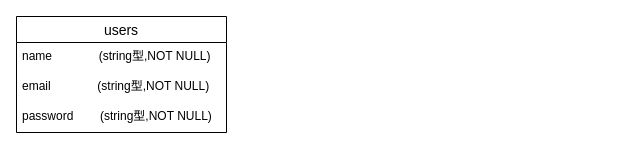
Earlier version of the draw.io diagram kintaikun.dio (hara-yuto/kintaikun). Source tidied: cells renumbered, new cells numbered last; positions are measured from the earlier drawing's top-left corner, leaving out a move shared by most shapes. Both pictures are drawn from the tidied source at 100%, with x=0, y=0 at pixel (16, 16).
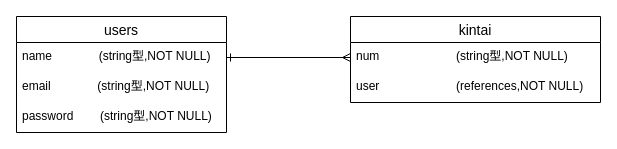
The same page after the edit.

What changed in the source:
```diff
@@
 <mxGraphModel>
   <root>
     <mxCell id="0" />
     <mxCell id="1" parent="0" />
     <mxCell id="2" value="users" style="swimlane;fontStyle=0;horizontal=1;startSize=26;align=center;fontSize=14;" parent="1" vertex="1">
       <mxGeometry width="210" height="116" as="geometry" />
     </mxCell>
     <mxCell id="3" value="name              (string型,NOT NULL)&#10;   " style="text;strokeColor=none;fillColor=none;spacingLeft=4;spacingRight=4;overflow=hidden;points=[[0,0.5],[1,0.5]];portConstraint=eastwest;fontSize=12;" parent="2" vertex="1">
       <mxGeometry y="26" width="210" height="30" as="geometry" />
     </mxCell>
     <mxCell id="4" value="email              (string型,NOT NULL)" style="text;strokeColor=none;fillColor=none;spacingLeft=4;spacingRight=4;overflow=hidden;fontSize=12;" parent="2" vertex="1">
       <mxGeometry y="56" width="210" height="30" as="geometry" />
     </mxCell>
     <mxCell id="5" value="password        (string型,NOT NULL)" style="text;strokeColor=none;fillColor=none;spacingLeft=4;spacingRight=4;overflow=hidden;fontSize=12;" parent="2" vertex="1">
       <mxGeometry y="86" width="210" height="30" as="geometry" />
     </mxCell>
+    <mxCell id="6" value="kintai" style="swimlane;fontStyle=0;horizontal=1;startSize=26;align=center;fontSize=14;" parent="1" vertex="1">
+      <mxGeometry x="334" width="250" height="86" as="geometry" />
+    </mxCell>
+    <mxCell id="7" value="num                       (string型,NOT NULL)" style="text;strokeColor=none;fillColor=none;spacingLeft=4;spacingRight=4;overflow=hidden;points=[[0,0.5],[1,0.5]];portConstraint=eastwest;fontSize=12;" parent="6" vertex="1">
+      <mxGeometry y="26" width="250" height="30" as="geometry" />
+    </mxCell>
+    <mxCell id="8" value="user                       (references,NOT NULL)" style="text;strokeColor=none;fillColor=none;spacingLeft=4;spacingRight=4;overflow=hidden;fontSize=12;" parent="6" vertex="1">
+      <mxGeometry y="56" width="250" height="30" as="geometry" />
+    </mxCell>
+    <mxCell id="9" style="edgeStyle=orthogonalEdgeStyle;rounded=0;jettySize=auto;html=1;exitX=1;exitY=0.5;exitDx=0;exitDy=0;entryX=0;entryY=0.5;entryDx=0;entryDy=0;endArrow=ERmany;endFill=0;startArrow=ERone;startFill=0;" parent="1" edge="1" source="3" target="7">
+      <mxGeometry relative="1" as="geometry" />
+    </mxCell>
   </root>
 </mxGraphModel>
```
